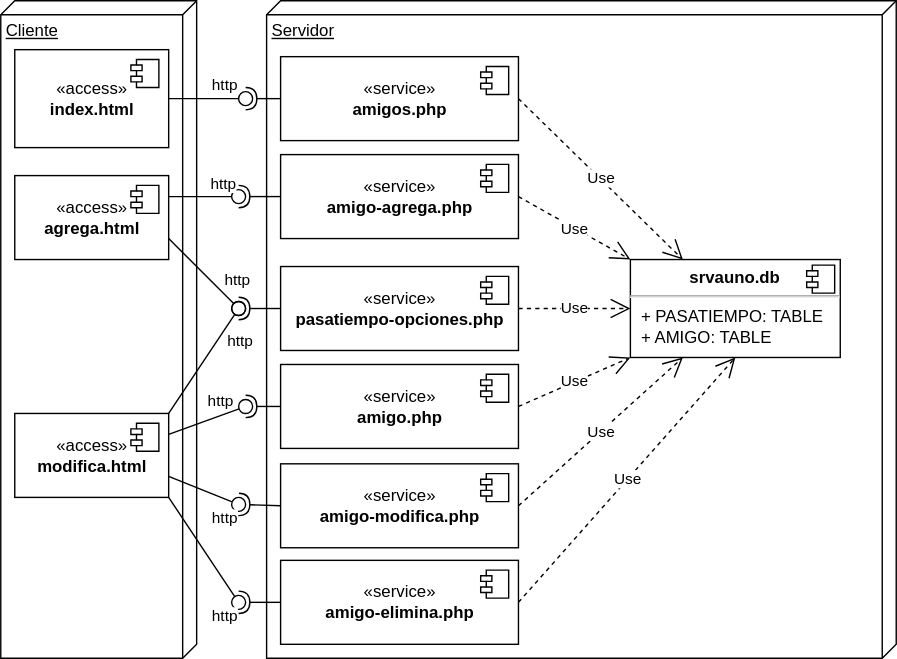
gilpgawoas/gilpgawoas.github.io keeps this draw.io diagram as img/m17auno/aunodeploy.drawio.svg. Above is the earlier version. Source tidied: cells renumbered, new cells last; positions are measured from the earlier drawing's top-left corner, leaving out a move shared by most shapes.
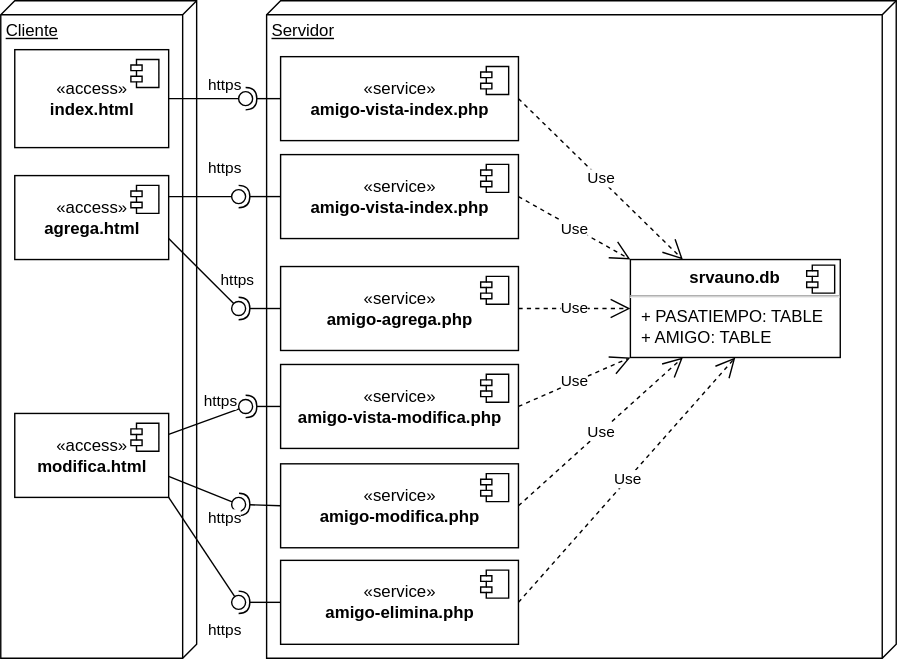
The same file after the commit.

The edit, as a diff of the source:
```diff
@@ -16,7 +16,7 @@
     <mxCell id="5" value="Servidor" style="verticalAlign=top;align=left;spacingTop=8;spacingLeft=2;spacingRight=12;shape=cube;size=10;direction=south;fontStyle=4;html=1;" parent="1" vertex="1">
       <mxGeometry x="190" width="450" height="470" as="geometry" />
     </mxCell>
-    <mxCell id="6" value="«service»&lt;br&gt;&lt;b&gt;amigos.php&lt;/b&gt;" style="html=1;" parent="1" vertex="1">
+    <mxCell id="6" value="«service»&lt;br&gt;&lt;b&gt;amigo-vista-index.php&lt;/b&gt;" style="html=1;" parent="1" vertex="1">
       <mxGeometry x="200" y="40" width="170" height="60" as="geometry" />
     </mxCell>
     <mxCell id="7" style="shape=module;jettyWidth=8;jettyHeight=4;" parent="6" vertex="1">
@@ -60,7 +60,7 @@
         <mxPoint x="-27" y="7" as="offset" />
       </mxGeometry>
     </mxCell>
-    <mxCell id="18" value="«service»&lt;br&gt;&lt;b style=&quot;border-color: var(--border-color);&quot;&gt;amigo-a&lt;/b&gt;&lt;b&gt;grega.php&lt;/b&gt;" style="html=1;" parent="1" vertex="1">
+    <mxCell id="18" value="«service»&lt;br&gt;&lt;b&gt;amigo-vista-index.php&lt;/b&gt;" style="html=1;" parent="1" vertex="1">
       <mxGeometry x="200" y="110" width="170" height="60" as="geometry" />
     </mxCell>
     <mxCell id="19" style="shape=module;jettyWidth=8;jettyHeight=4;" parent="18" vertex="1">
@@ -68,7 +68,7 @@
         <mxPoint x="-27" y="7" as="offset" />
       </mxGeometry>
     </mxCell>
-    <mxCell id="20" value="«service»&lt;br&gt;&lt;b style=&quot;border-color: var(--border-color);&quot;&gt;amigo&lt;/b&gt;&lt;b&gt;.php&lt;/b&gt;" style="html=1;" parent="1" vertex="1">
+    <mxCell id="20" value="«service»&lt;br&gt;&lt;b&gt;amigo-vista-modifica.php&lt;/b&gt;" style="html=1;" parent="1" vertex="1">
       <mxGeometry x="200" y="260" width="170" height="60" as="geometry" />
     </mxCell>
     <mxCell id="21" style="shape=module;jettyWidth=8;jettyHeight=4;" parent="20" vertex="1">
@@ -95,7 +95,7 @@
     <mxCell id="26" value="Use" style="endArrow=open;endSize=12;dashed=1;html=1;rounded=0;exitX=1;exitY=0.5;exitDx=0;exitDy=0;entryX=0.25;entryY=0;entryDx=0;entryDy=0;" parent="1" edge="1" source="6" target="10">
       <mxGeometry relative="1" as="geometry" />
     </mxCell>
-    <mxCell id="27" value="http" style="rounded=0;jettySize=auto;html=1;endArrow=none;endFill=0;sketch=0;sourcePerimeterSpacing=0;targetPerimeterSpacing=0;exitX=1;exitY=0.25;exitDx=0;exitDy=0;" parent="1" edge="1" source="16" target="29">
+    <mxCell id="27" value="https" style="rounded=0;jettySize=auto;html=1;endArrow=none;endFill=0;sketch=0;sourcePerimeterSpacing=0;targetPerimeterSpacing=0;exitX=1;exitY=0.25;exitDx=0;exitDy=0;" parent="1" edge="1" source="16" target="29">
       <mxGeometry x="0.6" y="10" relative="1" as="geometry" />
     </mxCell>
     <mxCell id="28" style="rounded=0;jettySize=auto;html=1;endArrow=halfCircle;endFill=0;endSize=6;strokeWidth=1;sketch=0;exitX=0;exitY=0.5;exitDx=0;exitDy=0;" parent="1" edge="1" source="20">
@@ -112,7 +112,7 @@
         <mxPoint x="170" y="430" as="targetPoint" />
       </mxGeometry>
     </mxCell>
-    <mxCell id="31" value="http" style="rounded=0;jettySize=auto;html=1;endArrow=none;endFill=0;sketch=0;sourcePerimeterSpacing=0;targetPerimeterSpacing=0;exitX=1;exitY=0.5;exitDx=0;exitDy=0;" parent="1" edge="1" source="3" target="33">
+    <mxCell id="31" value="https" style="rounded=0;jettySize=auto;html=1;endArrow=none;endFill=0;sketch=0;sourcePerimeterSpacing=0;targetPerimeterSpacing=0;exitX=1;exitY=0.5;exitDx=0;exitDy=0;" parent="1" edge="1" source="3" target="33">
       <mxGeometry x="0.6" y="10" relative="1" as="geometry" />
     </mxCell>
     <mxCell id="32" style="rounded=0;jettySize=auto;html=1;endArrow=halfCircle;endFill=0;entryX=0.5;entryY=0.5;endSize=6;strokeWidth=1;sketch=0;exitX=0;exitY=0.5;exitDx=0;exitDy=0;" parent="1" edge="1" source="6" target="33">
@@ -121,7 +121,7 @@
     <mxCell id="33" style="ellipse;whiteSpace=wrap;html=1;align=center;points=[];outlineConnect=0;sketch=0;" parent="1" vertex="1">
       <mxGeometry x="170" y="65" width="10" height="10" as="geometry" />
     </mxCell>
-    <mxCell id="34" value="«service»&lt;br&gt;&lt;b&gt;pasatiempo-opciones&lt;/b&gt;&lt;b&gt;.php&lt;/b&gt;" style="html=1;" parent="1" vertex="1">
+    <mxCell id="34" value="«service»&lt;br&gt;&lt;b&gt;amigo-agrega.php&lt;/b&gt;" style="html=1;" parent="1" vertex="1">
       <mxGeometry x="200" y="190" width="170" height="60" as="geometry" />
     </mxCell>
     <mxCell id="35" style="shape=module;jettyWidth=8;jettyHeight=4;" parent="34" vertex="1">
@@ -137,8 +137,8 @@
         <mxPoint x="170" y="140" as="targetPoint" />
       </mxGeometry>
     </mxCell>
-    <mxCell id="38" value="http" style="rounded=0;jettySize=auto;html=1;endArrow=oval;endFill=0;sketch=0;sourcePerimeterSpacing=0;targetPerimeterSpacing=0;endSize=10;exitX=1;exitY=0.25;exitDx=0;exitDy=0;" parent="1" edge="1" source="14">
-      <mxGeometry x="0.56" y="9" relative="1" as="geometry">
+    <mxCell id="38" value="https" style="rounded=0;jettySize=auto;html=1;endArrow=oval;endFill=0;sketch=0;sourcePerimeterSpacing=0;targetPerimeterSpacing=0;endSize=10;exitX=1;exitY=0.25;exitDx=0;exitDy=0;" parent="1" edge="1" source="14">
+      <mxGeometry x="0.6" y="20" relative="1" as="geometry">
         <mxPoint x="170" y="140" as="targetPoint" />
       </mxGeometry>
     </mxCell>
@@ -150,7 +150,7 @@
         <mxPoint x="170" y="220" as="targetPoint" />
       </mxGeometry>
     </mxCell>
-    <mxCell id="41" value="http" style="rounded=0;jettySize=auto;html=1;endArrow=oval;endFill=0;sketch=0;sourcePerimeterSpacing=0;targetPerimeterSpacing=0;endSize=10;exitX=1;exitY=0.75;exitDx=0;exitDy=0;" parent="1" edge="1" source="14">
+    <mxCell id="41" value="https" style="rounded=0;jettySize=auto;html=1;endArrow=oval;endFill=0;sketch=0;sourcePerimeterSpacing=0;targetPerimeterSpacing=0;endSize=10;exitX=1;exitY=0.75;exitDx=0;exitDy=0;" parent="1" edge="1" source="14">
       <mxGeometry x="0.6" y="13" relative="1" as="geometry">
         <mxPoint x="170" y="220" as="targetPoint" />
         <mxPoint y="-1" as="offset" />
@@ -159,12 +159,6 @@
     <mxCell id="42" style="ellipse;whiteSpace=wrap;html=1;align=center;fillColor=none;strokeColor=none;perimeter=centerPerimeter;" parent="1" vertex="1">
       <mxGeometry x="395" y="410" width="10" height="10" as="geometry" />
     </mxCell>
-    <mxCell id="43" value="http" style="rounded=0;jettySize=auto;html=1;endArrow=oval;endFill=0;sketch=0;sourcePerimeterSpacing=0;targetPerimeterSpacing=0;endSize=10;exitX=1;exitY=0;exitDx=0;exitDy=0;" parent="1" edge="1" source="16">
-      <mxGeometry x="0.6" y="-13" relative="1" as="geometry">
-        <mxPoint x="170" y="220" as="targetPoint" />
-        <mxPoint y="1" as="offset" />
-      </mxGeometry>
-    </mxCell>
     <mxCell id="44" style="ellipse;whiteSpace=wrap;html=1;align=center;fillColor=none;strokeColor=none;perimeter=centerPerimeter;" parent="1" vertex="1">
       <mxGeometry x="395" y="410" width="10" height="10" as="geometry" />
     </mxCell>
@@ -173,7 +167,7 @@
         <mxPoint x="170" y="360" as="targetPoint" />
       </mxGeometry>
     </mxCell>
-    <mxCell id="46" value="http" style="rounded=0;jettySize=auto;html=1;endArrow=oval;endFill=0;sketch=0;sourcePerimeterSpacing=0;targetPerimeterSpacing=0;endSize=10;exitX=1;exitY=0.75;exitDx=0;exitDy=0;" parent="1" edge="1" source="16">
+    <mxCell id="46" value="https" style="rounded=0;jettySize=auto;html=1;endArrow=oval;endFill=0;sketch=0;sourcePerimeterSpacing=0;targetPerimeterSpacing=0;endSize=10;exitX=1;exitY=0.75;exitDx=0;exitDy=0;" parent="1" edge="1" source="16">
       <mxGeometry x="0.79" y="-13" relative="1" as="geometry">
         <mxPoint x="170" y="360" as="targetPoint" />
       </mxGeometry>
@@ -186,10 +180,10 @@
         <mxPoint x="170" y="430" as="targetPoint" />
       </mxGeometry>
     </mxCell>
-    <mxCell id="49" value="http" style="rounded=0;jettySize=auto;html=1;endArrow=oval;endFill=0;sketch=0;sourcePerimeterSpacing=0;targetPerimeterSpacing=0;endSize=10;exitX=1;exitY=1;exitDx=0;exitDy=0;" parent="1" edge="1" source="16">
-      <mxGeometry x="1" y="-14" relative="1" as="geometry">
+    <mxCell id="49" value="https" style="rounded=0;jettySize=auto;html=1;endArrow=oval;endFill=0;sketch=0;sourcePerimeterSpacing=0;targetPerimeterSpacing=0;endSize=10;exitX=1;exitY=1;exitDx=0;exitDy=0;" parent="1" edge="1" source="16">
+      <mxGeometry x="1" y="-22" relative="1" as="geometry">
         <mxPoint x="170" y="430" as="targetPoint" />
-        <mxPoint x="2" y="2" as="offset" />
+        <mxPoint x="8" y="8" as="offset" />
       </mxGeometry>
     </mxCell>
     <mxCell id="50" style="ellipse;whiteSpace=wrap;html=1;align=center;fillColor=none;strokeColor=none;perimeter=centerPerimeter;" parent="1" vertex="1">
```
